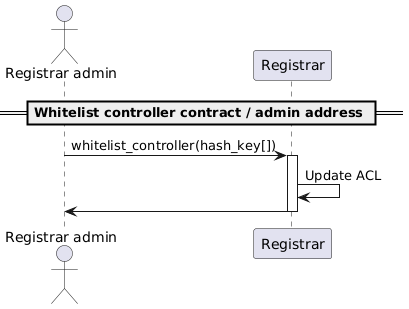
Earlier version of the PlantUML export docs/sequence-diagrams/puml/whitelist-controller.png (make-software/cspr-name-contracts).
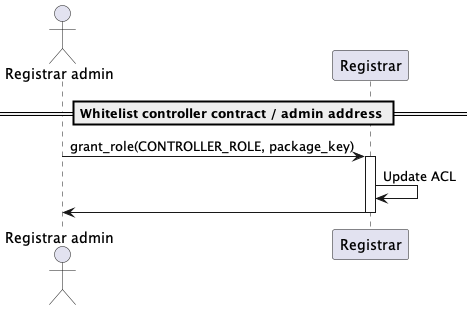
After the commit.

What changed in the source:
```diff
@@ -5,7 +5,7 @@
 
 == Whitelist controller contract / admin address ==
 
-"Registrar admin" -> "Registrar": whitelist_controller(hash_key[])
+"Registrar admin" -> "Registrar": grant_role(CONTROLLER_ROLE, package_key)
 activate "Registrar"
 "Registrar" -> "Registrar": Update ACL
 "Registrar" -> "Registrar admin"
```
